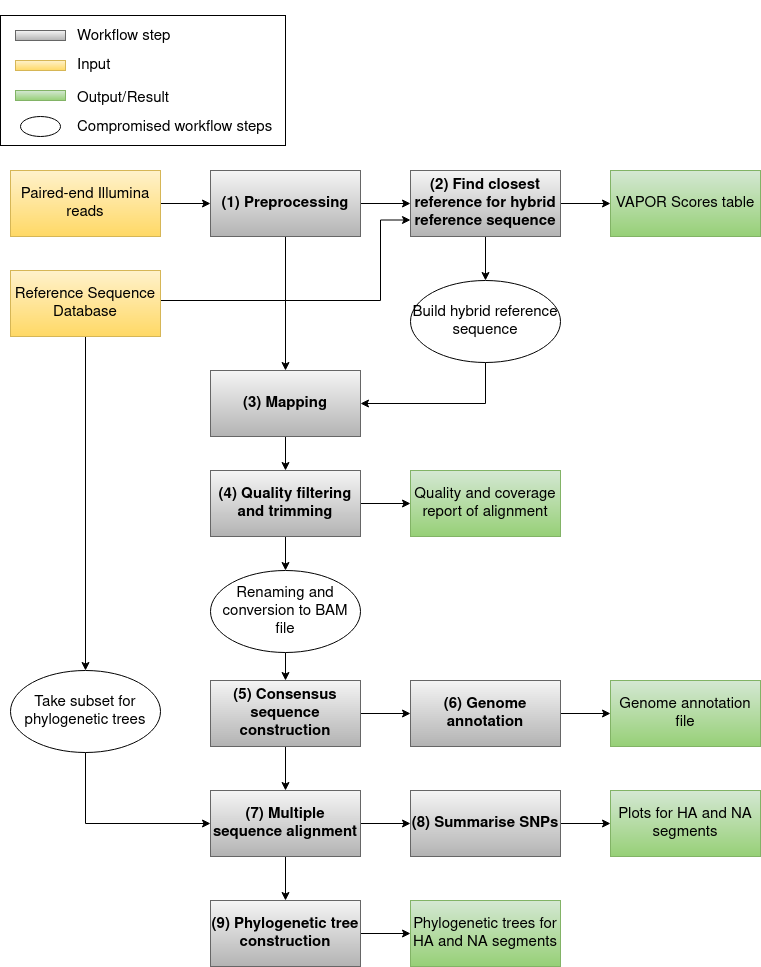
Earlier version of the draw.io export media/aiv.png (kciy/msc-thesis). Source tidied: cells renumbered, new cells last; positions are measured from the earlier drawing's top-left corner, leaving out a move shared by most shapes.
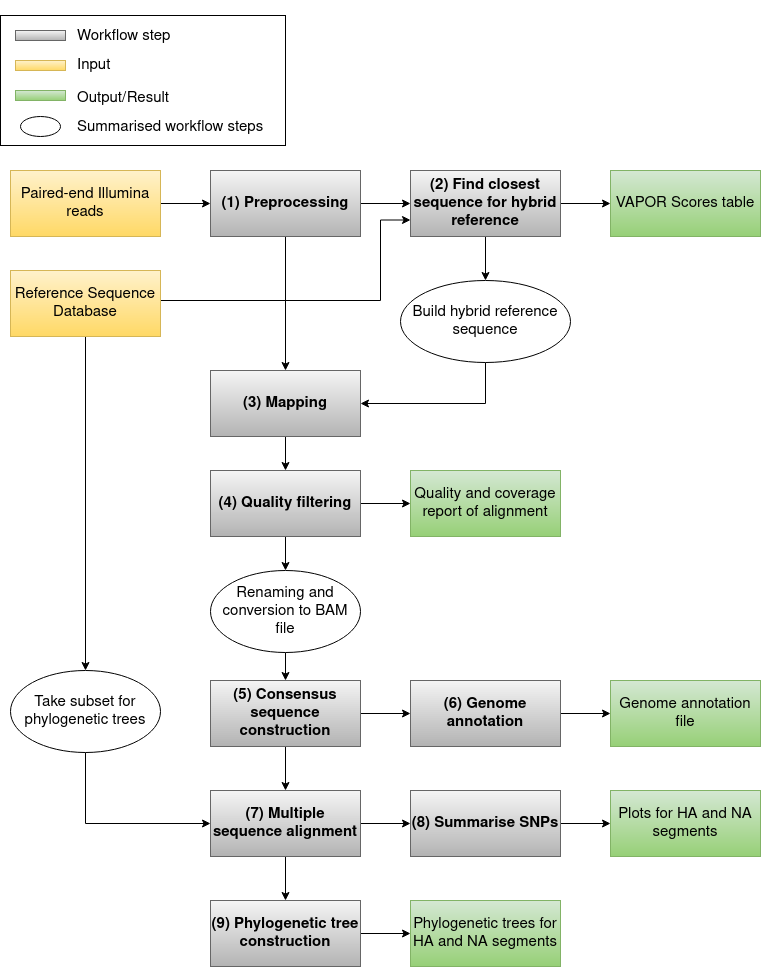
After the commit.

The edit, as a diff of the source:
```diff
@@ -5,7 +5,7 @@
     <mxCell id="2" style="edgeStyle=orthogonalEdgeStyle;rounded=0;jettySize=auto;html=1;fontSize=15;" parent="1" edge="1" source="3" target="9">
       <mxGeometry relative="1" as="geometry" />
     </mxCell>
-    <mxCell id="3" value="Paired-end Illumina reads" style="rounded=0;whiteSpace=wrap;html=1;fontSize=15;spacing=2;fillColor=#fff2cc;gradientColor=#ffd966;strokeColor=#d6b656;" parent="1" vertex="1">
+    <mxCell id="3" value="Paired-end Illumina reads" style="rounded=0;whiteSpace=wrap;html=1;fontSize=15;spacing=2;fillColor=#fff2cc;gradientColor=#ffd966;strokeColor=#d6b656;fontStyle=0;" parent="1" vertex="1">
       <mxGeometry x="10" y="170" width="150" height="66" as="geometry" />
     </mxCell>
     <mxCell id="4" style="edgeStyle=orthogonalEdgeStyle;rounded=0;jettySize=auto;html=1;exitX=0.5;exitY=1;exitDx=0;exitDy=0;fontSize=15;" parent="1" edge="1" source="6" target="33">
@@ -19,7 +19,7 @@
         </Array>
       </mxGeometry>
     </mxCell>
-    <mxCell id="6" value="Reference Sequence Database" style="rounded=0;whiteSpace=wrap;html=1;fontSize=15;spacing=2;fillColor=#fff2cc;gradientColor=#ffd966;strokeColor=#d6b656;" parent="1" vertex="1">
+    <mxCell id="6" value="Reference Sequence Database" style="rounded=0;whiteSpace=wrap;html=1;fontSize=15;spacing=2;fillColor=#fff2cc;gradientColor=#ffd966;strokeColor=#d6b656;fontStyle=0;" parent="1" vertex="1">
       <mxGeometry x="10" y="270" width="150" height="66" as="geometry" />
     </mxCell>
     <mxCell id="7" style="edgeStyle=orthogonalEdgeStyle;rounded=0;jettySize=auto;html=1;fontSize=15;" parent="1" edge="1" source="9" target="12">
@@ -37,7 +37,7 @@
     <mxCell id="11" style="edgeStyle=orthogonalEdgeStyle;rounded=0;jettySize=auto;html=1;fontSize=15;" parent="1" edge="1" source="12" target="17">
       <mxGeometry relative="1" as="geometry" />
     </mxCell>
-    <mxCell id="12" value="&lt;b style=&quot;font-size: 15px;&quot;&gt;(2) Find closest reference for hybrid reference sequence&lt;/b&gt;" style="rounded=0;whiteSpace=wrap;html=1;fontSize=15;spacing=2;fillColor=#f5f5f5;gradientColor=#b3b3b3;strokeColor=#666666;" parent="1" vertex="1">
+    <mxCell id="12" value="&lt;b style=&quot;font-size: 15px;&quot;&gt;(2) Find closest sequence for hybrid reference&lt;br&gt;&lt;/b&gt;" style="rounded=0;whiteSpace=wrap;html=1;fontSize=15;spacing=2;fillColor=#f5f5f5;gradientColor=#b3b3b3;strokeColor=#666666;" parent="1" vertex="1">
       <mxGeometry x="410" y="170" width="150" height="66" as="geometry" />
     </mxCell>
     <mxCell id="13" value="VAPOR Scores table" style="rounded=0;whiteSpace=wrap;html=1;fontSize=15;spacing=2;fillColor=#d5e8d4;gradientColor=#97d077;strokeColor=#82b366;" parent="1" vertex="1">
@@ -53,7 +53,7 @@
       <mxGeometry relative="1" as="geometry" />
     </mxCell>
     <mxCell id="17" value="Build hybrid reference sequence" style="ellipse;whiteSpace=wrap;html=1;fontSize=15;spacing=2;" parent="1" vertex="1">
-      <mxGeometry x="410" y="280" width="150" height="82" as="geometry" />
+      <mxGeometry x="400" y="280" width="170" height="82" as="geometry" />
     </mxCell>
     <mxCell id="18" style="edgeStyle=orthogonalEdgeStyle;rounded=0;jettySize=auto;html=1;fontSize=15;" parent="1" edge="1" source="20" target="25">
       <mxGeometry relative="1" as="geometry" />
@@ -61,7 +61,7 @@
     <mxCell id="19" style="edgeStyle=orthogonalEdgeStyle;rounded=0;jettySize=auto;html=1;fontSize=15;" parent="1" edge="1" source="20" target="26">
       <mxGeometry relative="1" as="geometry" />
     </mxCell>
-    <mxCell id="20" value="&lt;b style=&quot;font-size: 15px;&quot;&gt;(4) Quality filtering and trimming&lt;/b&gt;" style="rounded=0;whiteSpace=wrap;html=1;fontSize=15;spacing=2;fillColor=#f5f5f5;gradientColor=#b3b3b3;strokeColor=#666666;" parent="1" vertex="1">
+    <mxCell id="20" value="&lt;b style=&quot;font-size: 15px;&quot;&gt;(4) Quality filtering&lt;br&gt;&lt;/b&gt;" style="rounded=0;whiteSpace=wrap;html=1;fontSize=15;spacing=2;fillColor=#f5f5f5;gradientColor=#b3b3b3;strokeColor=#666666;" parent="1" vertex="1">
       <mxGeometry x="210" y="470" width="150" height="66" as="geometry" />
     </mxCell>
     <mxCell id="21" style="edgeStyle=orthogonalEdgeStyle;rounded=0;jettySize=auto;html=1;fontSize=15;" parent="1" edge="1" source="23" target="28">
@@ -139,8 +139,8 @@
     <mxCell id="45" style="rounded=0;whiteSpace=wrap;html=1;fillColor=#d5e8d4;gradientColor=#97d077;strokeColor=#82b366;" parent="41" vertex="1">
       <mxGeometry x="15" y="90" width="50" height="10" as="geometry" />
     </mxCell>
-    <mxCell id="46" value="&lt;p style=&quot;line-height: 140%;&quot;&gt;&lt;/p&gt;&lt;div style=&quot;font-size: 15px; line-height: 190%;&quot; align=&quot;left&quot;&gt;&lt;font style=&quot;font-size: 15px;&quot;&gt;Workflow step&lt;br style=&quot;font-size: 15px;&quot;&gt;Input&lt;br style=&quot;font-size: 15px;&quot;&gt;&lt;/font&gt;&lt;/div&gt;&lt;div style=&quot;font-size: 15px; line-height: 250%;&quot; align=&quot;left&quot;&gt;&lt;font style=&quot;font-size: 15px;&quot;&gt;Output/Result&lt;/font&gt;&lt;/div&gt;&lt;div style=&quot;font-size: 15px; line-height: 140%;&quot; align=&quot;left&quot;&gt;&lt;font style=&quot;font-size: 15px;&quot;&gt;Compromised workflow steps&lt;/font&gt;&lt;/div&gt;&lt;p style=&quot;line-height: 140%;&quot;&gt;&lt;/p&gt;" style="text;html=1;align=left;verticalAlign=middle;strokeColor=none;fillColor=none;fontSize=15;" parent="41" vertex="1">
-      <mxGeometry x="75" width="220" height="160" as="geometry" />
+    <mxCell id="46" value="&lt;p style=&quot;line-height: 140%;&quot;&gt;&lt;/p&gt;&lt;div style=&quot;font-size: 15px; line-height: 190%;&quot; align=&quot;left&quot;&gt;&lt;font style=&quot;font-size: 15px;&quot;&gt;Workflow step&lt;br style=&quot;font-size: 15px;&quot;&gt;Input&lt;br style=&quot;font-size: 15px;&quot;&gt;&lt;/font&gt;&lt;/div&gt;&lt;div style=&quot;font-size: 15px; line-height: 250%;&quot; align=&quot;left&quot;&gt;&lt;font style=&quot;font-size: 15px;&quot;&gt;Output/Result&lt;/font&gt;&lt;/div&gt;&lt;div style=&quot;font-size: 15px; line-height: 140%;&quot; align=&quot;left&quot;&gt;&lt;font style=&quot;font-size: 15px;&quot;&gt;Summarised workflow steps&lt;/font&gt;&lt;/div&gt;&lt;p style=&quot;line-height: 140%;&quot;&gt;&lt;/p&gt;" style="text;html=1;align=left;verticalAlign=middle;strokeColor=none;fillColor=none;fontSize=15;" parent="41" vertex="1">
+      <mxGeometry x="75" width="210" height="160" as="geometry" />
     </mxCell>
     <mxCell id="47" style="rounded=0;whiteSpace=wrap;html=1;fillColor=#fff2cc;gradientColor=#ffd966;strokeColor=#d6b656;" parent="41" vertex="1">
       <mxGeometry x="15" y="60" width="50" height="10" as="geometry" />
```
